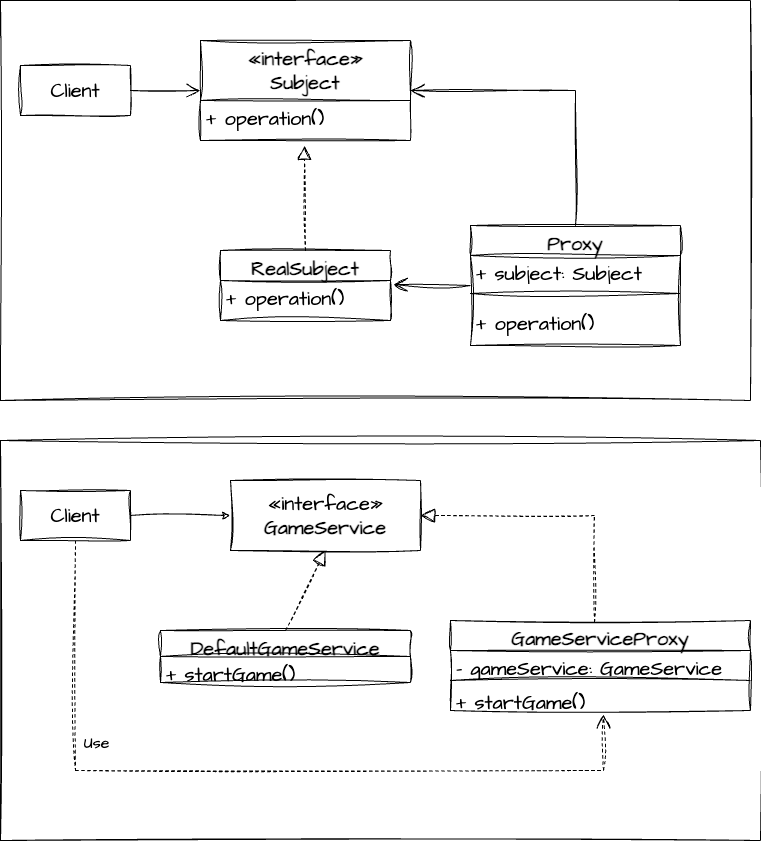
Earlier version of the draw.io export src/main/java/me/cho/design_patterns/_2_structural_patterns/_07_proxy/Proxy.drawio.png (choomi1217/designPatterns). Source tidied: cells renumbered, new cells last; positions are measured from the earlier drawing's top-left corner, leaving out a move shared by most shapes.
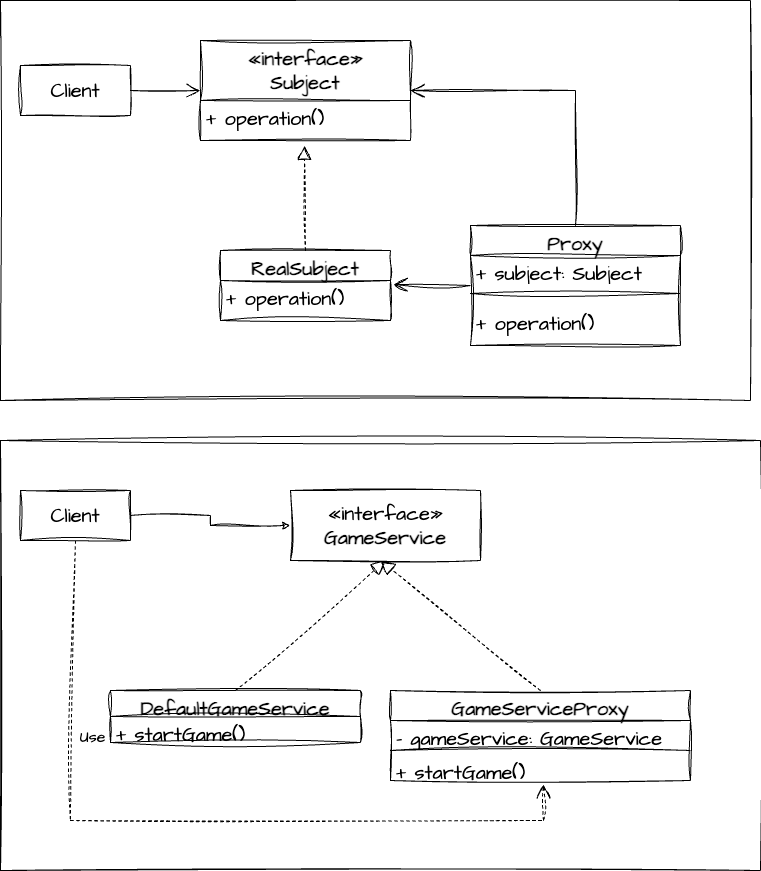
Above is the later version.

What changed in the source:
```diff
@@ -3,7 +3,7 @@
     <mxCell id="0" />
     <mxCell id="1" parent="0" />
     <mxCell id="2" style="rounded=0;whiteSpace=wrap;html=1;sketch=1;hachureGap=4;jiggle=2;curveFitting=1;fontFamily=Architects Daughter;fontSource=https%3A%2F%2Ffonts.googleapis.com%2Fcss%3Ffamily%3DArchitects%2BDaughter;fontSize=20;" parent="1" vertex="1">
-      <mxGeometry y="440" width="760" height="400" as="geometry" />
+      <mxGeometry y="440" width="760" height="430" as="geometry" />
     </mxCell>
     <mxCell id="3" style="rounded=0;whiteSpace=wrap;html=1;sketch=1;hachureGap=4;jiggle=2;curveFitting=1;fontFamily=Architects Daughter;fontSource=https%3A%2F%2Ffonts.googleapis.com%2Fcss%3Ffamily%3DArchitects%2BDaughter;fontSize=20;" parent="1" vertex="1">
       <mxGeometry width="750" height="400" as="geometry" />
@@ -58,10 +58,10 @@
       <mxGeometry x="20" y="490" width="110" height="50" as="geometry" />
     </mxCell>
     <mxCell id="19" value="«interface»&lt;br&gt;&lt;b&gt;GameService&lt;/b&gt;" style="html=1;whiteSpace=wrap;sketch=1;hachureGap=4;jiggle=2;curveFitting=1;fontFamily=Architects Daughter;fontSource=https%3A%2F%2Ffonts.googleapis.com%2Fcss%3Ffamily%3DArchitects%2BDaughter;fontSize=20;" parent="1" vertex="1">
-      <mxGeometry x="230" y="480" width="190" height="70" as="geometry" />
+      <mxGeometry x="290" y="490" width="190" height="70" as="geometry" />
     </mxCell>
     <mxCell id="20" value="GameServiceProxy" style="swimlane;fontStyle=1;align=center;verticalAlign=top;horizontal=1;startSize=30;whiteSpace=wrap;html=1;sketch=1;hachureGap=4;jiggle=2;curveFitting=1;fontFamily=Architects Daughter;fontSource=https%3A%2F%2Ffonts.googleapis.com%2Fcss%3Ffamily%3DArchitects%2BDaughter;fontSize=20;" parent="1" vertex="1">
-      <mxGeometry x="450" y="620" width="300" height="90" as="geometry" />
+      <mxGeometry x="390" y="690" width="300" height="90" as="geometry" />
     </mxCell>
     <mxCell id="21" value="- gameService: GameService" style="text;strokeColor=none;fillColor=none;align=left;verticalAlign=top;spacingLeft=4;spacingRight=4;overflow=hidden;whiteSpace=wrap;html=1;fontSize=20;fontFamily=Architects Daughter;" parent="20" vertex="1">
       <mxGeometry y="30" width="300" height="26" as="geometry" />
@@ -72,15 +72,8 @@
     <mxCell id="23" value="+&amp;nbsp;startGame&lt;span style=&quot;background-color: initial;&quot;&gt;()&lt;/span&gt;" style="text;strokeColor=none;fillColor=none;align=left;verticalAlign=top;spacingLeft=4;spacingRight=4;overflow=hidden;points=[[0,0.5],[1,0.5]];portConstraint=eastwest;whiteSpace=wrap;html=1;fontSize=20;fontFamily=Architects Daughter;" parent="20" vertex="1">
       <mxGeometry y="64" width="300" height="26" as="geometry" />
     </mxCell>
-    <mxCell id="24" style="endArrow=block;dashed=1;endFill=0;endSize=12;html=1;rounded=0;sketch=1;hachureGap=4;jiggle=2;curveFitting=1;fontFamily=Architects Daughter;fontSource=https%3A%2F%2Ffonts.googleapis.com%2Fcss%3Ffamily%3DArchitects%2BDaughter;fontSize=16;exitX=0.48;exitY=0.022;exitDx=0;exitDy=0;exitPerimeter=0;entryX=1;entryY=0.5;entryDx=0;entryDy=0;" parent="1" edge="1" source="20" target="19">
-      <mxGeometry relative="1" as="geometry">
-        <Array as="points">
-          <mxPoint x="594" y="515" />
-        </Array>
-      </mxGeometry>
-    </mxCell>
     <mxCell id="25" value="DefaultGameService" style="swimlane;fontStyle=1;align=center;verticalAlign=top;horizontal=1;startSize=26;whiteSpace=wrap;html=1;sketch=1;hachureGap=4;jiggle=2;curveFitting=1;fontFamily=Architects Daughter;fontSource=https%3A%2F%2Ffonts.googleapis.com%2Fcss%3Ffamily%3DArchitects%2BDaughter;fontSize=20;" parent="1" vertex="1">
-      <mxGeometry x="160" y="630" width="250" height="52" as="geometry" />
+      <mxGeometry x="110" y="690" width="250" height="52" as="geometry" />
     </mxCell>
     <mxCell id="26" value="+ startGame()" style="text;strokeColor=none;fillColor=none;align=left;verticalAlign=top;spacingLeft=4;spacingRight=4;overflow=hidden;whiteSpace=wrap;html=1;fontSize=20;fontFamily=Architects Daughter;" parent="25" vertex="1">
       <mxGeometry y="26" width="250" height="26" as="geometry" />
@@ -91,11 +84,16 @@
     <mxCell id="28" value="Use" style="endArrow=open;endSize=12;dashed=1;html=1;rounded=0;sketch=1;hachureGap=4;jiggle=2;curveFitting=1;fontFamily=Architects Daughter;fontSource=https%3A%2F%2Ffonts.googleapis.com%2Fcss%3Ffamily%3DArchitects%2BDaughter;fontSize=16;exitX=0.5;exitY=1;exitDx=0;exitDy=0;entryX=0.51;entryY=1.154;entryDx=0;entryDy=0;entryPerimeter=0;" parent="1" edge="1" source="18" target="23">
       <mxGeometry x="-0.5" y="21" relative="1" as="geometry">
         <Array as="points">
-          <mxPoint x="75" y="770" />
-          <mxPoint x="603" y="770" />
+          <mxPoint x="70" y="820" />
+          <mxPoint x="543" y="820" />
         </Array>
         <mxPoint y="1" as="offset" />
       </mxGeometry>
     </mxCell>
+    <mxCell id="29" style="endArrow=block;dashed=1;endFill=0;endSize=12;html=1;rounded=0;sketch=1;hachureGap=4;jiggle=2;curveFitting=1;fontFamily=Architects Daughter;fontSource=https%3A%2F%2Ffonts.googleapis.com%2Fcss%3Ffamily%3DArchitects%2BDaughter;fontSize=16;exitX=0.5;exitY=0;exitDx=0;exitDy=0;" parent="1" edge="1" source="20">
+      <mxGeometry relative="1" as="geometry">
+        <mxPoint x="380" y="560" as="targetPoint" />
+      </mxGeometry>
+    </mxCell>
   </root>
 </mxGraphModel>
```
